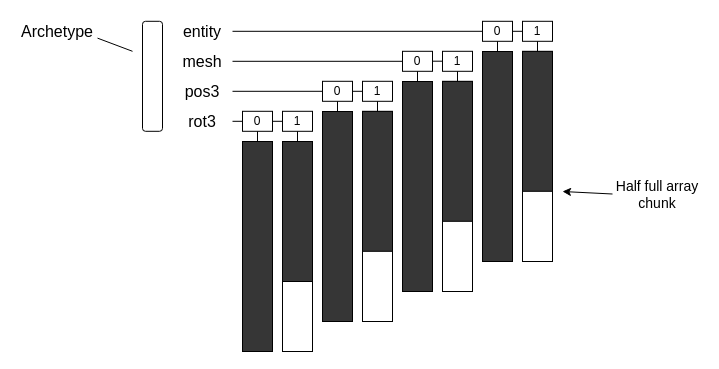
This is ECS/ECS_Layout_Lists_of_Arrays.drawio from PaperPrototype/flowchart-diagrams, a draw.io file, before an edit. Source tidied: cells renumbered, new cells numbered last; positions are measured from the earlier drawing's top-left corner, leaving out a move shared by most shapes. Both pictures are drawn from the tidied source at 100%, with x=0, y=0 at pixel (17, 17).
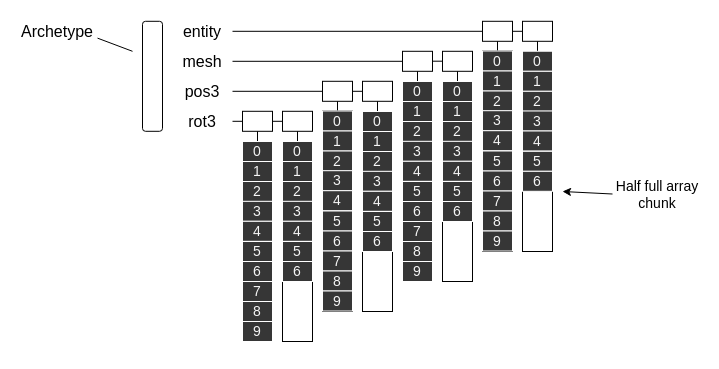
Above is the later version.

What changed in the source:
```diff
@@
-    <mxCell id="9" value="0" style="rounded=0;whiteSpace=wrap;html=1;" parent="1" vertex="1">
+    <mxCell id="9" style="rounded=0;whiteSpace=wrap;html=1;" parent="1" vertex="1">
       <mxGeometry x="225" y="93.8" width="30" height="20" as="geometry" />
     </mxCell>
-    <mxCell id="10" value="1" style="rounded=0;whiteSpace=wrap;html=1;" parent="1" vertex="1">
+    <mxCell id="10" style="rounded=0;whiteSpace=wrap;html=1;" parent="1" vertex="1">
       <mxGeometry x="265" y="93.8" width="30" height="20" as="geometry" />
     </mxCell>
-    <mxCell id="11" value="0" style="rounded=0;whiteSpace=wrap;html=1;" parent="1" vertex="1">
+    <mxCell id="11" style="rounded=0;whiteSpace=wrap;html=1;" parent="1" vertex="1">
       <mxGeometry x="305" y="63.8" width="30" height="20" as="geometry" />
     </mxCell>
-    <mxCell id="12" value="1" style="rounded=0;whiteSpace=wrap;html=1;" parent="1" vertex="1">
+    <mxCell id="12" style="rounded=0;whiteSpace=wrap;html=1;" parent="1" vertex="1">
       <mxGeometry x="345" y="63.8" width="30" height="20" as="geometry" />
     </mxCell>
-    <mxCell id="13" value="0" style="rounded=0;whiteSpace=wrap;html=1;" parent="1" vertex="1">
+    <mxCell id="13" style="rounded=0;whiteSpace=wrap;html=1;" parent="1" vertex="1">
       <mxGeometry x="385" y="33.8" width="30" height="20" as="geometry" />
     </mxCell>
-    <mxCell id="14" value="1" style="rounded=0;whiteSpace=wrap;html=1;" parent="1" vertex="1">
+    <mxCell id="14" style="rounded=0;whiteSpace=wrap;html=1;" parent="1" vertex="1">
       <mxGeometry x="425" y="33.8" width="30" height="20" as="geometry" />
     </mxCell>
-    <mxCell id="15" value="0" style="rounded=0;whiteSpace=wrap;html=1;" parent="1" vertex="1">
+    <mxCell id="15" style="rounded=0;whiteSpace=wrap;html=1;" parent="1" vertex="1">
       <mxGeometry x="465" y="3.8" width="30" height="20" as="geometry" />
     </mxCell>
-    <mxCell id="16" value="1" style="rounded=0;whiteSpace=wrap;html=1;" parent="1" vertex="1">
+    <mxCell id="16" style="rounded=0;whiteSpace=wrap;html=1;" parent="1" vertex="1">
       <mxGeometry x="505" y="3.8" width="30" height="20" as="geometry" />
     </mxCell>
@@
     <mxCell id="26" style="rounded=0;whiteSpace=wrap;html=1;fillColor=#363636;" parent="1" vertex="1">
-      <mxGeometry x="225" y="124" width="30" height="210" as="geometry" />
+      <mxGeometry x="225" y="124" width="30" height="200" as="geometry" />
     </mxCell>
@@
     <mxCell id="28" style="rounded=0;whiteSpace=wrap;html=1;" parent="1" vertex="1">
-      <mxGeometry x="265" y="124" width="30" height="210" as="geometry" />
+      <mxGeometry x="265" y="124" width="30" height="200" as="geometry" />
     </mxCell>
@@
     <mxCell id="30" style="rounded=0;whiteSpace=wrap;html=1;fillColor=#363636;" parent="1" vertex="1">
-      <mxGeometry x="305" y="94" width="30" height="210" as="geometry" />
+      <mxGeometry x="305" y="94" width="30" height="200" as="geometry" />
     </mxCell>
@@
     <mxCell id="32" style="rounded=0;whiteSpace=wrap;html=1;" parent="1" vertex="1">
-      <mxGeometry x="345" y="94" width="30" height="210" as="geometry" />
+      <mxGeometry x="345" y="94" width="30" height="200" as="geometry" />
     </mxCell>
@@
     <mxCell id="34" style="rounded=0;whiteSpace=wrap;html=1;fillColor=#363636;" parent="1" vertex="1">
-      <mxGeometry x="385" y="64" width="30" height="210" as="geometry" />
+      <mxGeometry x="385" y="64" width="30" height="200" as="geometry" />
     </mxCell>
@@
     <mxCell id="36" style="rounded=0;whiteSpace=wrap;html=1;" parent="1" vertex="1">
-      <mxGeometry x="425" y="64" width="30" height="210" as="geometry" />
+      <mxGeometry x="425" y="64" width="30" height="200" as="geometry" />
     </mxCell>
@@
     <mxCell id="38" style="rounded=0;whiteSpace=wrap;html=1;fillColor=#363636;" parent="1" vertex="1">
-      <mxGeometry x="465" y="34" width="30" height="210" as="geometry" />
+      <mxGeometry x="465" y="34" width="30" height="200" as="geometry" />
     </mxCell>
@@
     <mxCell id="40" style="rounded=0;whiteSpace=wrap;html=1;" parent="1" vertex="1">
-      <mxGeometry x="505" y="34" width="30" height="210" as="geometry" />
+      <mxGeometry x="505" y="34" width="30" height="200" as="geometry" />
     </mxCell>
-    <mxCell id="41" style="rounded=0;whiteSpace=wrap;html=1;fontSize=22;fillColor=#363636;" parent="1" vertex="1">
-      <mxGeometry x="265" y="124" width="30" height="140" as="geometry" />
-    </mxCell>
-    <mxCell id="42" style="rounded=0;whiteSpace=wrap;html=1;fontSize=22;fillColor=#363636;" parent="1" vertex="1">
-      <mxGeometry x="345" y="93.8" width="30" height="140" as="geometry" />
-    </mxCell>
-    <mxCell id="43" style="rounded=0;whiteSpace=wrap;html=1;fontSize=22;fillColor=#363636;" parent="1" vertex="1">
-      <mxGeometry x="425" y="63.8" width="30" height="140" as="geometry" />
-    </mxCell>
-    <mxCell id="44" style="rounded=0;whiteSpace=wrap;html=1;fontSize=22;fillColor=#363636;" parent="1" vertex="1">
-      <mxGeometry x="505" y="33.8" width="30" height="140" as="geometry" />
-    </mxCell>
@@
+    <mxCell id="47" value="0" style="rounded=0;whiteSpace=wrap;html=1;fontSize=14;fontColor=#F5F5F5;fillColor=#363636;strokeColor=#FFFFFF;" parent="1" vertex="1">
+      <mxGeometry x="225" y="124" width="30" height="20" as="geometry" />
+    </mxCell>
+    <mxCell id="48" value="1" style="rounded=0;whiteSpace=wrap;html=1;fontSize=14;fontColor=#F5F5F5;fillColor=#363636;strokeColor=#FFFFFF;" parent="1" vertex="1">
+      <mxGeometry x="225" y="144" width="30" height="20" as="geometry" />
+    </mxCell>
+    <mxCell id="49" value="2" style="rounded=0;whiteSpace=wrap;html=1;fontSize=14;fontColor=#F5F5F5;fillColor=#363636;strokeColor=#FFFFFF;" parent="1" vertex="1">
+      <mxGeometry x="225" y="164" width="30" height="20" as="geometry" />
+    </mxCell>
+    <mxCell id="50" value="3" style="rounded=0;whiteSpace=wrap;html=1;fontSize=14;fontColor=#F5F5F5;fillColor=#363636;strokeColor=#FFFFFF;" parent="1" vertex="1">
+      <mxGeometry x="225" y="183.8" width="30" height="20" as="geometry" />
+    </mxCell>
+    <mxCell id="51" value="4" style="rounded=0;whiteSpace=wrap;html=1;fontSize=14;fontColor=#F5F5F5;fillColor=#363636;strokeColor=#FFFFFF;" parent="1" vertex="1">
+      <mxGeometry x="225" y="203.8" width="30" height="20" as="geometry" />
+    </mxCell>
+    <mxCell id="52" value="5" style="rounded=0;whiteSpace=wrap;html=1;fontSize=14;fontColor=#F5F5F5;fillColor=#363636;strokeColor=#FFFFFF;" parent="1" vertex="1">
+      <mxGeometry x="225" y="224" width="30" height="20" as="geometry" />
+    </mxCell>
+    <mxCell id="53" value="6" style="rounded=0;whiteSpace=wrap;html=1;fontSize=14;fontColor=#F5F5F5;fillColor=#363636;strokeColor=#FFFFFF;" parent="1" vertex="1">
+      <mxGeometry x="225" y="244" width="30" height="20" as="geometry" />
+    </mxCell>
+    <mxCell id="54" value="7" style="rounded=0;whiteSpace=wrap;html=1;fontSize=14;fontColor=#F5F5F5;fillColor=#363636;strokeColor=#FFFFFF;" parent="1" vertex="1">
+      <mxGeometry x="225" y="264" width="30" height="20" as="geometry" />
+    </mxCell>
+    <mxCell id="55" value="8" style="rounded=0;whiteSpace=wrap;html=1;fontSize=14;fontColor=#F5F5F5;fillColor=#363636;strokeColor=#FFFFFF;" parent="1" vertex="1">
+      <mxGeometry x="225" y="284" width="30" height="20" as="geometry" />
+    </mxCell>
+    <mxCell id="56" value="9" style="rounded=0;whiteSpace=wrap;html=1;fontSize=14;fontColor=#F5F5F5;fillColor=#363636;strokeColor=#FFFFFF;" parent="1" vertex="1">
+      <mxGeometry x="225" y="304" width="30" height="20" as="geometry" />
+    </mxCell>
+    <mxCell id="57" value="0" style="rounded=0;whiteSpace=wrap;html=1;fontSize=14;fontColor=#F5F5F5;fillColor=#363636;strokeColor=#FFFFFF;" parent="1" vertex="1">
+      <mxGeometry x="265" y="124" width="30" height="20" as="geometry" />
+    </mxCell>
+    <mxCell id="58" value="1" style="rounded=0;whiteSpace=wrap;html=1;fontSize=14;fontColor=#F5F5F5;fillColor=#363636;strokeColor=#FFFFFF;" parent="1" vertex="1">
+      <mxGeometry x="265" y="144" width="30" height="20" as="geometry" />
+    </mxCell>
+    <mxCell id="59" value="2" style="rounded=0;whiteSpace=wrap;html=1;fontSize=14;fontColor=#F5F5F5;fillColor=#363636;strokeColor=#FFFFFF;" parent="1" vertex="1">
+      <mxGeometry x="265" y="164" width="30" height="20" as="geometry" />
+    </mxCell>
+    <mxCell id="60" value="3" style="rounded=0;whiteSpace=wrap;html=1;fontSize=14;fontColor=#F5F5F5;fillColor=#363636;strokeColor=#FFFFFF;" parent="1" vertex="1">
+      <mxGeometry x="265" y="183.8" width="30" height="20" as="geometry" />
+    </mxCell>
+    <mxCell id="61" value="4" style="rounded=0;whiteSpace=wrap;html=1;fontSize=14;fontColor=#F5F5F5;fillColor=#363636;strokeColor=#FFFFFF;" parent="1" vertex="1">
+      <mxGeometry x="265" y="203.8" width="30" height="20" as="geometry" />
+    </mxCell>
+    <mxCell id="62" value="5" style="rounded=0;whiteSpace=wrap;html=1;fontSize=14;fontColor=#F5F5F5;fillColor=#363636;strokeColor=#FFFFFF;" parent="1" vertex="1">
+      <mxGeometry x="265" y="224" width="30" height="20" as="geometry" />
+    </mxCell>
+    <mxCell id="63" value="6" style="rounded=0;whiteSpace=wrap;html=1;fontSize=14;fontColor=#F5F5F5;fillColor=#363636;strokeColor=#FFFFFF;" parent="1" vertex="1">
+      <mxGeometry x="265" y="244" width="30" height="20" as="geometry" />
+    </mxCell>
+    <mxCell id="64" value="0" style="rounded=0;whiteSpace=wrap;html=1;fontSize=14;fontColor=#F5F5F5;fillColor=#363636;strokeColor=#FFFFFF;" parent="1" vertex="1">
+      <mxGeometry x="345" y="94" width="30" height="20" as="geometry" />
+    </mxCell>
+    <mxCell id="65" value="1" style="rounded=0;whiteSpace=wrap;html=1;fontSize=14;fontColor=#F5F5F5;fillColor=#363636;strokeColor=#FFFFFF;" parent="1" vertex="1">
+      <mxGeometry x="345" y="114" width="30" height="20" as="geometry" />
+    </mxCell>
+    <mxCell id="66" value="2" style="rounded=0;whiteSpace=wrap;html=1;fontSize=14;fontColor=#F5F5F5;fillColor=#363636;strokeColor=#FFFFFF;" parent="1" vertex="1">
+      <mxGeometry x="345" y="134" width="30" height="20" as="geometry" />
+    </mxCell>
+    <mxCell id="67" value="3" style="rounded=0;whiteSpace=wrap;html=1;fontSize=14;fontColor=#F5F5F5;fillColor=#363636;strokeColor=#FFFFFF;" parent="1" vertex="1">
+      <mxGeometry x="345" y="153.8" width="30" height="20" as="geometry" />
+    </mxCell>
+    <mxCell id="68" value="4" style="rounded=0;whiteSpace=wrap;html=1;fontSize=14;fontColor=#F5F5F5;fillColor=#363636;strokeColor=#FFFFFF;" parent="1" vertex="1">
+      <mxGeometry x="345" y="173.8" width="30" height="20" as="geometry" />
+    </mxCell>
+    <mxCell id="69" value="5" style="rounded=0;whiteSpace=wrap;html=1;fontSize=14;fontColor=#F5F5F5;fillColor=#363636;strokeColor=#FFFFFF;" parent="1" vertex="1">
+      <mxGeometry x="345" y="194" width="30" height="20" as="geometry" />
+    </mxCell>
+    <mxCell id="70" value="6" style="rounded=0;whiteSpace=wrap;html=1;fontSize=14;fontColor=#F5F5F5;fillColor=#363636;strokeColor=#FFFFFF;" parent="1" vertex="1">
+      <mxGeometry x="345" y="214" width="30" height="20" as="geometry" />
+    </mxCell>
+    <mxCell id="71" value="0" style="rounded=0;whiteSpace=wrap;html=1;fontSize=14;fontColor=#F5F5F5;fillColor=#363636;strokeColor=#FFFFFF;" parent="1" vertex="1">
+      <mxGeometry x="425" y="64" width="30" height="20" as="geometry" />
+    </mxCell>
+    <mxCell id="72" value="1" style="rounded=0;whiteSpace=wrap;html=1;fontSize=14;fontColor=#F5F5F5;fillColor=#363636;strokeColor=#FFFFFF;" parent="1" vertex="1">
+      <mxGeometry x="425" y="84" width="30" height="20" as="geometry" />
+    </mxCell>
+    <mxCell id="73" value="2" style="rounded=0;whiteSpace=wrap;html=1;fontSize=14;fontColor=#F5F5F5;fillColor=#363636;strokeColor=#FFFFFF;" parent="1" vertex="1">
+      <mxGeometry x="425" y="104" width="30" height="20" as="geometry" />
+    </mxCell>
+    <mxCell id="74" value="3" style="rounded=0;whiteSpace=wrap;html=1;fontSize=14;fontColor=#F5F5F5;fillColor=#363636;strokeColor=#FFFFFF;" parent="1" vertex="1">
+      <mxGeometry x="425" y="123.8" width="30" height="20" as="geometry" />
+    </mxCell>
+    <mxCell id="75" value="4" style="rounded=0;whiteSpace=wrap;html=1;fontSize=14;fontColor=#F5F5F5;fillColor=#363636;strokeColor=#FFFFFF;" parent="1" vertex="1">
+      <mxGeometry x="425" y="143.8" width="30" height="20" as="geometry" />
+    </mxCell>
+    <mxCell id="76" value="5" style="rounded=0;whiteSpace=wrap;html=1;fontSize=14;fontColor=#F5F5F5;fillColor=#363636;strokeColor=#FFFFFF;" parent="1" vertex="1">
+      <mxGeometry x="425" y="164" width="30" height="20" as="geometry" />
+    </mxCell>
+    <mxCell id="77" value="6" style="rounded=0;whiteSpace=wrap;html=1;fontSize=14;fontColor=#F5F5F5;fillColor=#363636;strokeColor=#FFFFFF;" parent="1" vertex="1">
+      <mxGeometry x="425" y="184" width="30" height="20" as="geometry" />
+    </mxCell>
+    <mxCell id="78" value="0" style="rounded=0;whiteSpace=wrap;html=1;fontSize=14;fontColor=#F5F5F5;fillColor=#363636;strokeColor=#FFFFFF;" parent="1" vertex="1">
+      <mxGeometry x="505" y="33.8" width="30" height="20" as="geometry" />
+    </mxCell>
+    <mxCell id="79" value="1" style="rounded=0;whiteSpace=wrap;html=1;fontSize=14;fontColor=#F5F5F5;fillColor=#363636;strokeColor=#FFFFFF;" parent="1" vertex="1">
+      <mxGeometry x="505" y="53.8" width="30" height="20" as="geometry" />
+    </mxCell>
+    <mxCell id="80" value="2" style="rounded=0;whiteSpace=wrap;html=1;fontSize=14;fontColor=#F5F5F5;fillColor=#363636;strokeColor=#FFFFFF;" parent="1" vertex="1">
+      <mxGeometry x="505" y="73.8" width="30" height="20" as="geometry" />
+    </mxCell>
+    <mxCell id="81" value="3" style="rounded=0;whiteSpace=wrap;html=1;fontSize=14;fontColor=#F5F5F5;fillColor=#363636;strokeColor=#FFFFFF;" parent="1" vertex="1">
+      <mxGeometry x="505" y="93.5" width="30" height="20" as="geometry" />
+    </mxCell>
+    <mxCell id="82" value="4" style="rounded=0;whiteSpace=wrap;html=1;fontSize=14;fontColor=#F5F5F5;fillColor=#363636;strokeColor=#FFFFFF;" parent="1" vertex="1">
+      <mxGeometry x="505" y="113.5" width="30" height="20" as="geometry" />
+    </mxCell>
+    <mxCell id="83" value="5" style="rounded=0;whiteSpace=wrap;html=1;fontSize=14;fontColor=#F5F5F5;fillColor=#363636;strokeColor=#FFFFFF;" parent="1" vertex="1">
+      <mxGeometry x="505" y="133.8" width="30" height="20" as="geometry" />
+    </mxCell>
+    <mxCell id="84" value="6" style="rounded=0;whiteSpace=wrap;html=1;fontSize=14;fontColor=#F5F5F5;fillColor=#363636;strokeColor=#FFFFFF;" parent="1" vertex="1">
+      <mxGeometry x="505" y="153.8" width="30" height="20" as="geometry" />
+    </mxCell>
+    <mxCell id="85" style="rounded=0;whiteSpace=wrap;html=1;fillColor=#363636;" parent="1" vertex="1">
+      <mxGeometry x="305" y="93.5" width="30" height="200" as="geometry" />
+    </mxCell>
+    <mxCell id="86" value="0" style="rounded=0;whiteSpace=wrap;html=1;fontSize=14;fontColor=#F5F5F5;fillColor=#363636;strokeColor=#FFFFFF;" parent="1" vertex="1">
+      <mxGeometry x="305" y="93.5" width="30" height="20" as="geometry" />
+    </mxCell>
+    <mxCell id="87" value="1" style="rounded=0;whiteSpace=wrap;html=1;fontSize=14;fontColor=#F5F5F5;fillColor=#363636;strokeColor=#FFFFFF;" parent="1" vertex="1">
+      <mxGeometry x="305" y="113.5" width="30" height="20" as="geometry" />
+    </mxCell>
+    <mxCell id="88" value="2" style="rounded=0;whiteSpace=wrap;html=1;fontSize=14;fontColor=#F5F5F5;fillColor=#363636;strokeColor=#FFFFFF;" parent="1" vertex="1">
+      <mxGeometry x="305" y="133.5" width="30" height="20" as="geometry" />
+    </mxCell>
+    <mxCell id="89" value="3" style="rounded=0;whiteSpace=wrap;html=1;fontSize=14;fontColor=#F5F5F5;fillColor=#363636;strokeColor=#FFFFFF;" parent="1" vertex="1">
+      <mxGeometry x="305" y="153.2" width="30" height="20" as="geometry" />
+    </mxCell>
+    <mxCell id="90" value="4" style="rounded=0;whiteSpace=wrap;html=1;fontSize=14;fontColor=#F5F5F5;fillColor=#363636;strokeColor=#FFFFFF;" parent="1" vertex="1">
+      <mxGeometry x="305" y="173.2" width="30" height="20" as="geometry" />
+    </mxCell>
+    <mxCell id="91" value="5" style="rounded=0;whiteSpace=wrap;html=1;fontSize=14;fontColor=#F5F5F5;fillColor=#363636;strokeColor=#FFFFFF;" parent="1" vertex="1">
+      <mxGeometry x="305" y="193.5" width="30" height="20" as="geometry" />
+    </mxCell>
+    <mxCell id="92" value="6" style="rounded=0;whiteSpace=wrap;html=1;fontSize=14;fontColor=#F5F5F5;fillColor=#363636;strokeColor=#FFFFFF;" parent="1" vertex="1">
+      <mxGeometry x="305" y="213.5" width="30" height="20" as="geometry" />
+    </mxCell>
+    <mxCell id="93" value="7" style="rounded=0;whiteSpace=wrap;html=1;fontSize=14;fontColor=#F5F5F5;fillColor=#363636;strokeColor=#FFFFFF;" parent="1" vertex="1">
+      <mxGeometry x="305" y="233.5" width="30" height="20" as="geometry" />
+    </mxCell>
+    <mxCell id="94" value="8" style="rounded=0;whiteSpace=wrap;html=1;fontSize=14;fontColor=#F5F5F5;fillColor=#363636;strokeColor=#FFFFFF;" parent="1" vertex="1">
+      <mxGeometry x="305" y="253.5" width="30" height="20" as="geometry" />
+    </mxCell>
+    <mxCell id="95" value="9" style="rounded=0;whiteSpace=wrap;html=1;fontSize=14;fontColor=#F5F5F5;fillColor=#363636;strokeColor=#FFFFFF;" parent="1" vertex="1">
+      <mxGeometry x="305" y="273.5" width="30" height="20" as="geometry" />
+    </mxCell>
+    <mxCell id="96" style="rounded=0;whiteSpace=wrap;html=1;fillColor=#363636;" parent="1" vertex="1">
+      <mxGeometry x="385" y="64" width="30" height="200" as="geometry" />
+    </mxCell>
+    <mxCell id="97" value="0" style="rounded=0;whiteSpace=wrap;html=1;fontSize=14;fontColor=#F5F5F5;fillColor=#363636;strokeColor=#FFFFFF;" parent="1" vertex="1">
+      <mxGeometry x="385" y="64" width="30" height="20" as="geometry" />
+    </mxCell>
+    <mxCell id="98" value="1" style="rounded=0;whiteSpace=wrap;html=1;fontSize=14;fontColor=#F5F5F5;fillColor=#363636;strokeColor=#FFFFFF;" parent="1" vertex="1">
+      <mxGeometry x="385" y="84" width="30" height="20" as="geometry" />
+    </mxCell>
+    <mxCell id="99" value="2" style="rounded=0;whiteSpace=wrap;html=1;fontSize=14;fontColor=#F5F5F5;fillColor=#363636;strokeColor=#FFFFFF;" parent="1" vertex="1">
+      <mxGeometry x="385" y="104" width="30" height="20" as="geometry" />
+    </mxCell>
+    <mxCell id="100" value="3" style="rounded=0;whiteSpace=wrap;html=1;fontSize=14;fontColor=#F5F5F5;fillColor=#363636;strokeColor=#FFFFFF;" parent="1" vertex="1">
+      <mxGeometry x="385" y="123.8" width="30" height="20" as="geometry" />
+    </mxCell>
+    <mxCell id="101" value="4" style="rounded=0;whiteSpace=wrap;html=1;fontSize=14;fontColor=#F5F5F5;fillColor=#363636;strokeColor=#FFFFFF;" parent="1" vertex="1">
+      <mxGeometry x="385" y="143.8" width="30" height="20" as="geometry" />
+    </mxCell>
+    <mxCell id="102" value="5" style="rounded=0;whiteSpace=wrap;html=1;fontSize=14;fontColor=#F5F5F5;fillColor=#363636;strokeColor=#FFFFFF;" parent="1" vertex="1">
+      <mxGeometry x="385" y="164" width="30" height="20" as="geometry" />
+    </mxCell>
+    <mxCell id="103" value="6" style="rounded=0;whiteSpace=wrap;html=1;fontSize=14;fontColor=#F5F5F5;fillColor=#363636;strokeColor=#FFFFFF;" parent="1" vertex="1">
+      <mxGeometry x="385" y="184" width="30" height="20" as="geometry" />
+    </mxCell>
+    <mxCell id="104" value="7" style="rounded=0;whiteSpace=wrap;html=1;fontSize=14;fontColor=#F5F5F5;fillColor=#363636;strokeColor=#FFFFFF;" parent="1" vertex="1">
+      <mxGeometry x="385" y="204" width="30" height="20" as="geometry" />
+    </mxCell>
+    <mxCell id="105" value="8" style="rounded=0;whiteSpace=wrap;html=1;fontSize=14;fontColor=#F5F5F5;fillColor=#363636;strokeColor=#FFFFFF;" parent="1" vertex="1">
+      <mxGeometry x="385" y="224" width="30" height="20" as="geometry" />
+    </mxCell>
+    <mxCell id="106" value="9" style="rounded=0;whiteSpace=wrap;html=1;fontSize=14;fontColor=#F5F5F5;fillColor=#363636;strokeColor=#FFFFFF;" parent="1" vertex="1">
+      <mxGeometry x="385" y="244" width="30" height="20" as="geometry" />
+    </mxCell>
+    <mxCell id="107" style="rounded=0;whiteSpace=wrap;html=1;fillColor=#363636;" parent="1" vertex="1">
+      <mxGeometry x="465" y="33.5" width="30" height="200" as="geometry" />
+    </mxCell>
+    <mxCell id="108" value="0" style="rounded=0;whiteSpace=wrap;html=1;fontSize=14;fontColor=#F5F5F5;fillColor=#363636;strokeColor=#FFFFFF;" parent="1" vertex="1">
+      <mxGeometry x="465" y="33.5" width="30" height="20" as="geometry" />
+    </mxCell>
+    <mxCell id="109" value="1" style="rounded=0;whiteSpace=wrap;html=1;fontSize=14;fontColor=#F5F5F5;fillColor=#363636;strokeColor=#FFFFFF;" parent="1" vertex="1">
+      <mxGeometry x="465" y="53.5" width="30" height="20" as="geometry" />
+    </mxCell>
+    <mxCell id="110" value="2" style="rounded=0;whiteSpace=wrap;html=1;fontSize=14;fontColor=#F5F5F5;fillColor=#363636;strokeColor=#FFFFFF;" parent="1" vertex="1">
+      <mxGeometry x="465" y="73.5" width="30" height="20" as="geometry" />
+    </mxCell>
+    <mxCell id="111" value="3" style="rounded=0;whiteSpace=wrap;html=1;fontSize=14;fontColor=#F5F5F5;fillColor=#363636;strokeColor=#FFFFFF;" parent="1" vertex="1">
+      <mxGeometry x="465" y="93.2" width="30" height="20" as="geometry" />
+    </mxCell>
+    <mxCell id="112" value="4" style="rounded=0;whiteSpace=wrap;html=1;fontSize=14;fontColor=#F5F5F5;fillColor=#363636;strokeColor=#FFFFFF;" parent="1" vertex="1">
+      <mxGeometry x="465" y="113.2" width="30" height="20" as="geometry" />
+    </mxCell>
+    <mxCell id="113" value="5" style="rounded=0;whiteSpace=wrap;html=1;fontSize=14;fontColor=#F5F5F5;fillColor=#363636;strokeColor=#FFFFFF;" parent="1" vertex="1">
+      <mxGeometry x="465" y="133.5" width="30" height="20" as="geometry" />
+    </mxCell>
+    <mxCell id="114" value="6" style="rounded=0;whiteSpace=wrap;html=1;fontSize=14;fontColor=#F5F5F5;fillColor=#363636;strokeColor=#FFFFFF;" parent="1" vertex="1">
+      <mxGeometry x="465" y="153.5" width="30" height="20" as="geometry" />
+    </mxCell>
+    <mxCell id="115" value="7" style="rounded=0;whiteSpace=wrap;html=1;fontSize=14;fontColor=#F5F5F5;fillColor=#363636;strokeColor=#FFFFFF;" parent="1" vertex="1">
+      <mxGeometry x="465" y="173.5" width="30" height="20" as="geometry" />
+    </mxCell>
+    <mxCell id="116" value="8" style="rounded=0;whiteSpace=wrap;html=1;fontSize=14;fontColor=#F5F5F5;fillColor=#363636;strokeColor=#FFFFFF;" parent="1" vertex="1">
+      <mxGeometry x="465" y="193.5" width="30" height="20" as="geometry" />
+    </mxCell>
+    <mxCell id="117" value="9" style="rounded=0;whiteSpace=wrap;html=1;fontSize=14;fontColor=#F5F5F5;fillColor=#363636;strokeColor=#FFFFFF;" parent="1" vertex="1">
+      <mxGeometry x="465" y="213.5" width="30" height="20" as="geometry" />
+    </mxCell>
```
